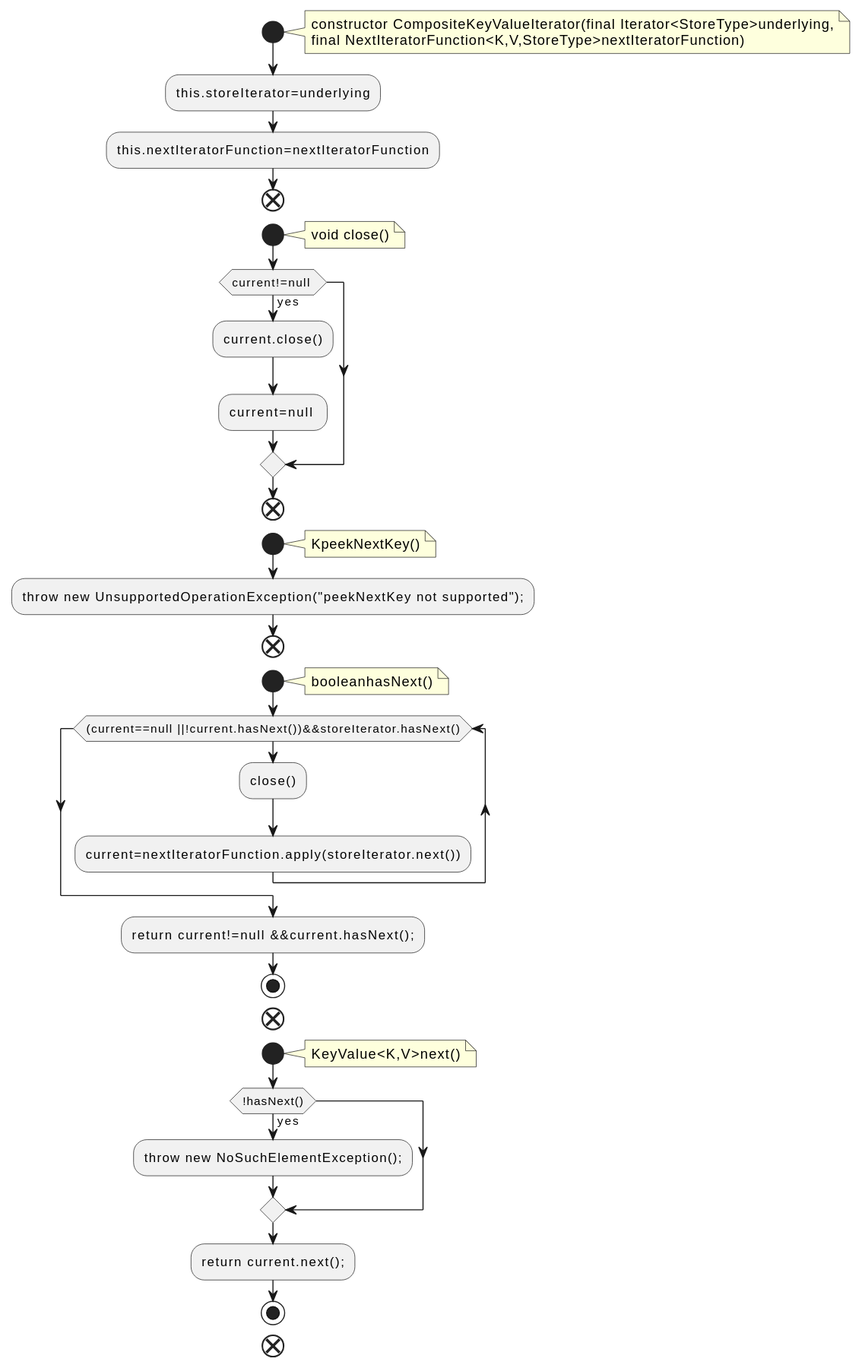
Before: docs/qc/streams/src/main/java/org/apache/kafka/streams/state/internals/CompositeKeyValueIterator.java.fct.svg, a diagram exported from PlantUML (qualitesys/kafka). Source of this version:
```plantuml
@startuml
!pragma layout smetana
start
note right
constructor CompositeKeyValueIterator(final Iterator<StoreType>underlying,
final NextIteratorFunction<K,V,StoreType>nextIteratorFunction)
end note
:this.storeIterator=underlying;
:this.nextIteratorFunction=nextIteratorFunction;
end
start
note right
void close()
end note
if (current!=null ) then (yes)
:current.close();
:current=null ;
endif
end
start
note right
KpeekNextKey()
end note
:throw new UnsupportedOperationException("peekNextKey not supported");;
end
start
note right
booleanhasNext()
end note
while ((current==null ||!current.hasNext())&&storeIterator.hasNext())
:close();
:current=nextIteratorFunction.apply(storeIterator.next());
endwhile
:return current!=null &&current.hasNext();;
stop
end
start
note right
KeyValue<K,V>next()
end note
if (!hasNext()) then (yes)
:throw new NoSuchElementException();;
endif
:return current.next();;
stop
end
@enduml
```
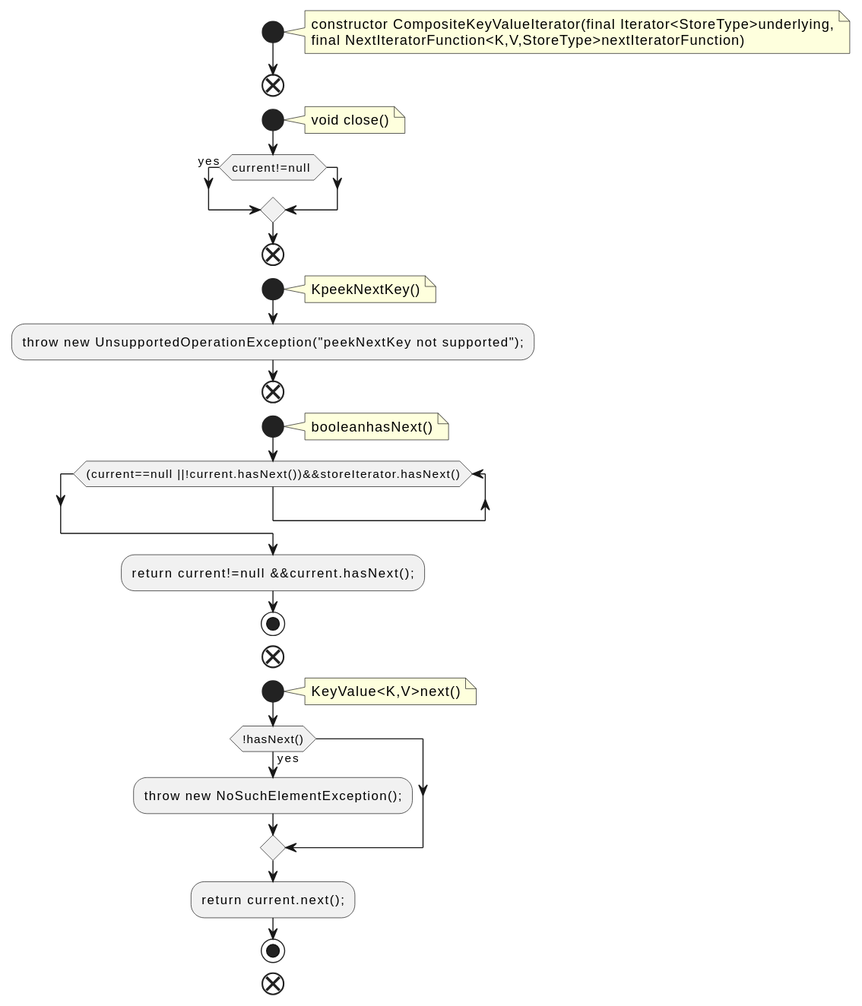
Later version of the same file.

What changed in the source:
```diff
@@ -5,16 +5,12 @@
 constructor CompositeKeyValueIterator(final Iterator<StoreType>underlying,
 final NextIteratorFunction<K,V,StoreType>nextIteratorFunction)
 end note
-:this.storeIterator=underlying;
-:this.nextIteratorFunction=nextIteratorFunction;
 end
 start
 note right
 void close()
 end note
 if (current!=null ) then (yes)
-:current.close();
-:current=null ;
 endif
 end
 start
@@ -28,8 +24,6 @@
 booleanhasNext()
 end note
 while ((current==null ||!current.hasNext())&&storeIterator.hasNext())
-:close();
-:current=nextIteratorFunction.apply(storeIterator.next());
 endwhile
 :return current!=null &&current.hasNext();;
 stop
```
